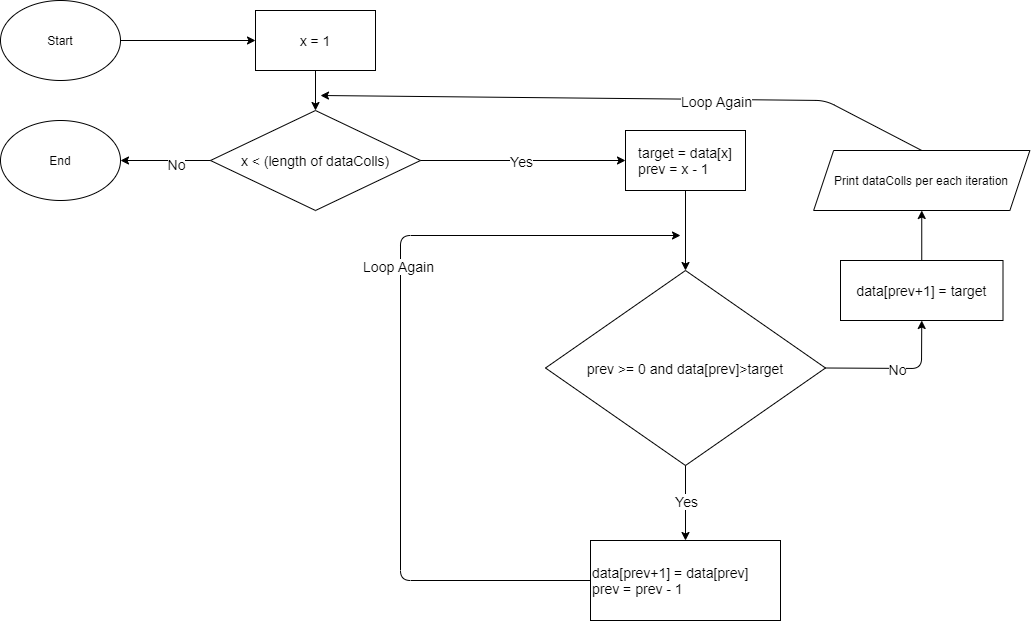
The draw.io diagram insertion-sort/FlowChart.png in bayupuspanugraha/sorting-algorithm, before a commit. Source tidied: cells renumbered, new cells last; positions are measured from the earlier drawing's top-left corner, leaving out a move shared by most shapes.
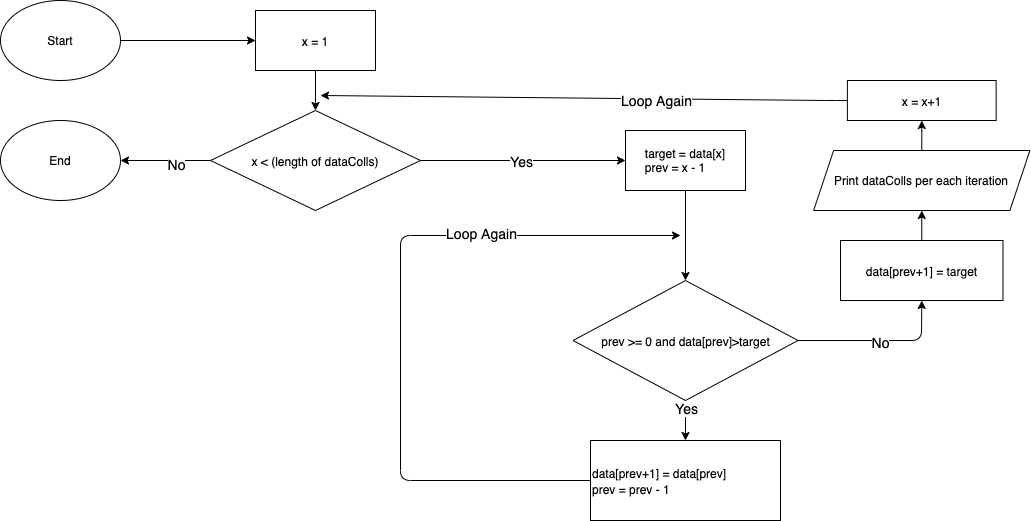
The same diagram one commit later.

Change to the diagram source:
```diff
@@ -8,20 +8,20 @@
     <mxCell id="3" value="End" style="ellipse;whiteSpace=wrap;html=1;" parent="1" vertex="1">
       <mxGeometry y="120" width="120" height="80" as="geometry" />
     </mxCell>
-    <mxCell id="4" value="x = 1" style="rounded=0;whiteSpace=wrap;html=1;fontSize=14;" parent="1" vertex="1">
+    <mxCell id="4" value="&lt;font style=&quot;font-size: 12px&quot;&gt;x = 1&lt;/font&gt;" style="rounded=0;whiteSpace=wrap;html=1;fontSize=14;" parent="1" vertex="1">
       <mxGeometry x="255" y="10" width="120" height="60" as="geometry" />
     </mxCell>
-    <mxCell id="5" value="x &amp;lt; (length of dataColls)" style="rhombus;whiteSpace=wrap;html=1;fontSize=14;" parent="1" vertex="1">
+    <mxCell id="5" value="&lt;font style=&quot;font-size: 12px&quot;&gt;x &amp;lt; (length of dataColls)&lt;/font&gt;" style="rhombus;whiteSpace=wrap;html=1;fontSize=14;" parent="1" vertex="1">
       <mxGeometry x="210" y="110" width="210" height="100" as="geometry" />
     </mxCell>
     <mxCell id="6" style="endArrow=classic;html=1;fontSize=14;exitX=0.5;exitY=1;exitDx=0;exitDy=0;entryX=0.5;entryY=0;entryDx=0;entryDy=0;" parent="1" edge="1" source="4" target="5">
       <mxGeometry relative="1" as="geometry" />
     </mxCell>
-    <mxCell id="7" value="&lt;div style=&quot;text-align: left&quot;&gt;&lt;span&gt;target = data[x]&lt;/span&gt;&lt;/div&gt;&lt;div style=&quot;text-align: left&quot;&gt;&lt;span&gt;prev = x - 1&lt;/span&gt;&lt;/div&gt;" style="rounded=0;whiteSpace=wrap;html=1;fontSize=14;" parent="1" vertex="1">
+    <mxCell id="7" value="&lt;div style=&quot;text-align: left ; font-size: 12px&quot;&gt;&lt;font style=&quot;font-size: 12px&quot;&gt;target = data[x]&lt;/font&gt;&lt;/div&gt;&lt;div style=&quot;text-align: left ; font-size: 12px&quot;&gt;&lt;font style=&quot;font-size: 12px&quot;&gt;prev = x - 1&lt;/font&gt;&lt;/div&gt;" style="rounded=0;whiteSpace=wrap;html=1;fontSize=14;" parent="1" vertex="1">
       <mxGeometry x="625" y="130" width="120" height="60" as="geometry" />
     </mxCell>
-    <mxCell id="8" value="prev &amp;gt;= 0 and data[prev]&amp;gt;target" style="rhombus;whiteSpace=wrap;html=1;fontSize=14;" parent="1" vertex="1">
-      <mxGeometry x="545" y="270" width="280" height="195" as="geometry" />
+    <mxCell id="8" value="&lt;font style=&quot;font-size: 12px&quot;&gt;prev &amp;gt;= 0 and data[prev]&amp;gt;target&lt;/font&gt;" style="rhombus;whiteSpace=wrap;html=1;fontSize=14;" parent="1" vertex="1">
+      <mxGeometry x="572.5" y="280" width="225" height="120" as="geometry" />
     </mxCell>
     <mxCell id="9" style="endArrow=classic;html=1;fontSize=14;exitX=0.5;exitY=1;exitDx=0;exitDy=0;entryX=0.5;entryY=0;entryDx=0;entryDy=0;" parent="1" edge="1" source="7" target="8">
       <mxGeometry relative="1" as="geometry" />
@@ -43,7 +43,7 @@
     <mxCell id="14" value="No" style="edgeLabel;html=1;align=center;verticalAlign=middle;fontSize=14;" parent="13" vertex="1">
       <mxGeometry x="-0.22" y="3" relative="1" as="geometry" />
     </mxCell>
-    <mxCell id="15" style="endArrow=classic;html=1;fontSize=14;exitX=0.5;exitY=0;exitDx=0;exitDy=0;" parent="1" edge="1" source="23">
+    <mxCell id="15" style="endArrow=classic;html=1;fontSize=14;exitX=0;exitY=0.5;exitDx=0;exitDy=0;" parent="1" edge="1" source="28">
       <mxGeometry relative="1" as="geometry">
         <mxPoint x="320" y="95" as="targetPoint" />
         <Array as="points">
@@ -68,27 +68,32 @@
       <mxGeometry relative="1" as="geometry">
         <mxPoint x="680" y="235" as="targetPoint" />
         <Array as="points">
-          <mxPoint x="400" y="580" />
+          <mxPoint x="400" y="480" />
           <mxPoint x="400" y="235" />
         </Array>
       </mxGeometry>
     </mxCell>
     <mxCell id="20" value="Loop Again" style="edgeLabel;html=1;align=center;verticalAlign=middle;fontSize=14;" parent="19" vertex="1">
-      <mxGeometry x="0.24" y="3" relative="1" as="geometry" />
+      <mxGeometry x="0.24" y="3" relative="1" as="geometry">
+        <mxPoint x="72" as="offset" />
+      </mxGeometry>
     </mxCell>
-    <mxCell id="21" value="data[prev+1] = data[prev]&lt;br&gt;prev = prev - 1" style="rounded=0;whiteSpace=wrap;html=1;fontSize=14;align=left;" parent="1" vertex="1">
-      <mxGeometry x="590" y="540" width="190" height="80" as="geometry" />
+    <mxCell id="21" value="&lt;font style=&quot;font-size: 12px&quot;&gt;data[prev+1] = data[prev]&lt;br&gt;prev = prev - 1&lt;/font&gt;" style="rounded=0;whiteSpace=wrap;html=1;fontSize=14;align=left;" parent="1" vertex="1">
+      <mxGeometry x="590" y="440" width="190" height="80" as="geometry" />
     </mxCell>
-    <mxCell id="22" value="&lt;div style=&quot;text-align: left&quot;&gt;data[prev+1] = target&lt;/div&gt;" style="rounded=0;whiteSpace=wrap;html=1;fontSize=14;" parent="1" vertex="1">
-      <mxGeometry x="840" y="260" width="162.5" height="60" as="geometry" />
+    <mxCell id="22" value="&lt;div style=&quot;text-align: left&quot;&gt;&lt;font style=&quot;font-size: 12px&quot;&gt;data[prev+1] = target&lt;/font&gt;&lt;/div&gt;" style="rounded=0;whiteSpace=wrap;html=1;fontSize=14;" parent="1" vertex="1">
+      <mxGeometry x="840" y="240" width="162.5" height="60" as="geometry" />
     </mxCell>
+    <mxCell id="27" style="edgeStyle=orthogonalEdgeStyle;rounded=0;jettySize=auto;html=1;fontSize=14;" parent="1" edge="1" source="23" target="28">
+      <mxGeometry relative="1" as="geometry" />
+    </mxCell>
     <mxCell id="23" value="Print dataColls per each iteration" style="shape=parallelogram;perimeter=parallelogramPerimeter;whiteSpace=wrap;html=1;fixedSize=1;" parent="1" vertex="1">
       <mxGeometry x="813.1" y="150" width="216.2" height="60" as="geometry" />
     </mxCell>
     <mxCell id="24" style="endArrow=classic;html=1;exitX=1;exitY=0.5;exitDx=0;exitDy=0;entryX=0.5;entryY=1;entryDx=0;entryDy=0;" parent="1" edge="1" source="8" target="22">
       <mxGeometry relative="1" as="geometry">
         <Array as="points">
-          <mxPoint x="921" y="368" />
+          <mxPoint x="921" y="340" />
         </Array>
       </mxGeometry>
     </mxCell>
@@ -98,5 +103,8 @@
     <mxCell id="26" style="endArrow=classic;html=1;entryX=0.5;entryY=1;entryDx=0;entryDy=0;" parent="1" edge="1" source="22" target="23">
       <mxGeometry relative="1" as="geometry" />
     </mxCell>
+    <mxCell id="28" value="&lt;div style=&quot;text-align: left&quot;&gt;&lt;font style=&quot;font-size: 12px&quot;&gt;x = x+1&lt;/font&gt;&lt;/div&gt;" style="rounded=0;whiteSpace=wrap;html=1;fontSize=14;" parent="1" vertex="1">
+      <mxGeometry x="846.9" y="80" width="148.8" height="40" as="geometry" />
+    </mxCell>
   </root>
 </mxGraphModel>
```
